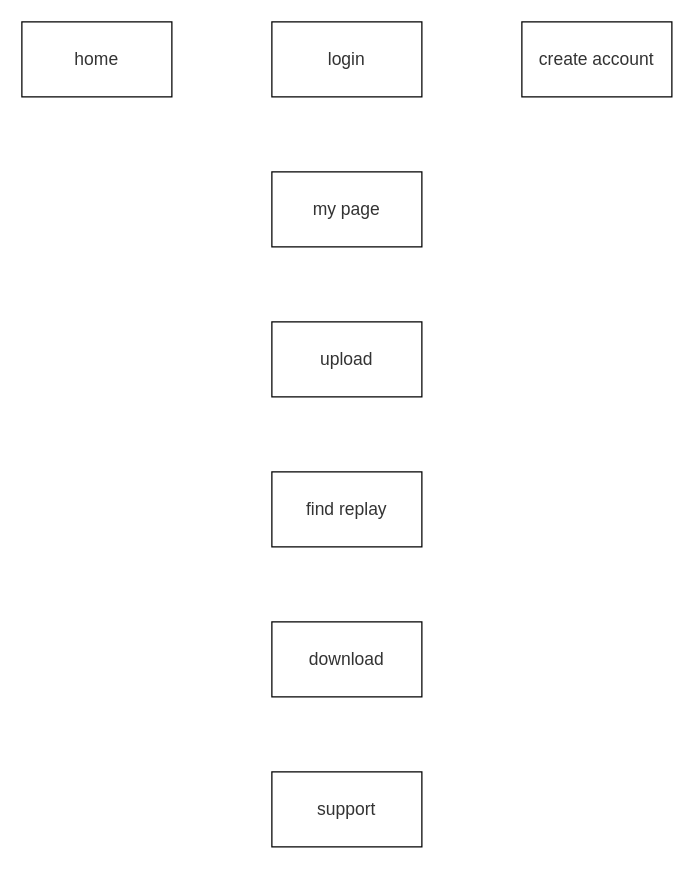
Before: page "Page-3" (3 of 3) of Untitled Diagram.drawio in tforce7171/replay_-to_video, a draw.io diagram. Source tidied: cells renumbered, new cells numbered last; positions are measured from the earlier drawing's top-left corner, leaving out a move shared by most shapes. Both pictures are drawn from the tidied source at 125%, with x=0, y=0 at pixel (21, 21).
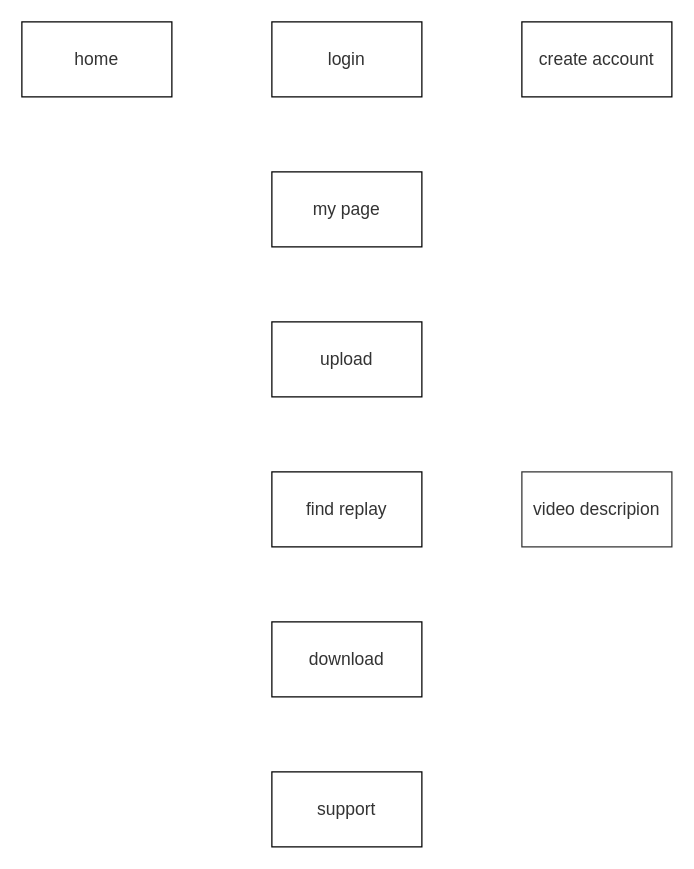
The same page after the edit.

The edit, as a diff of the source:
```diff
@@
 <mxGraphModel>
   <root>
     <mxCell id="0" />
     <mxCell id="1" parent="0" />
     <mxCell id="2" value="home" style="rounded=0;whiteSpace=wrap;html=1;fontSize=14;fillColor=none;align=center;fontColor=#333333;" parent="1" vertex="1">
       <mxGeometry width="120" height="60" as="geometry" />
     </mxCell>
     <mxCell id="3" value="login" style="rounded=0;whiteSpace=wrap;html=1;fontSize=14;fontColor=#333333;fillColor=none;align=center;" parent="1" vertex="1">
       <mxGeometry x="200" width="120" height="60" as="geometry" />
     </mxCell>
     <mxCell id="4" value="create account" style="rounded=0;whiteSpace=wrap;html=1;fontSize=14;fontColor=#333333;fillColor=none;align=center;" parent="1" vertex="1">
       <mxGeometry x="400" width="120" height="60" as="geometry" />
     </mxCell>
     <mxCell id="5" value="upload" style="rounded=0;whiteSpace=wrap;html=1;fontSize=14;fontColor=#333333;fillColor=none;align=center;" parent="1" vertex="1">
       <mxGeometry x="200" y="240" width="120" height="60" as="geometry" />
     </mxCell>
     <mxCell id="6" value="find replay" style="rounded=0;whiteSpace=wrap;html=1;fontSize=14;fontColor=#333333;fillColor=none;align=center;" parent="1" vertex="1">
       <mxGeometry x="200" y="360" width="120" height="60" as="geometry" />
     </mxCell>
     <mxCell id="7" value="download" style="rounded=0;whiteSpace=wrap;html=1;fontSize=14;fontColor=#333333;fillColor=none;align=center;" parent="1" vertex="1">
       <mxGeometry x="200" y="480" width="120" height="60" as="geometry" />
     </mxCell>
     <mxCell id="8" value="support" style="rounded=0;whiteSpace=wrap;html=1;fontSize=14;fontColor=#333333;fillColor=none;align=center;" parent="1" vertex="1">
       <mxGeometry x="200" y="600" width="120" height="60" as="geometry" />
     </mxCell>
     <mxCell id="9" value="my page" style="rounded=0;whiteSpace=wrap;html=1;fontSize=14;fontColor=#333333;fillColor=none;align=center;" parent="1" vertex="1">
       <mxGeometry x="200" y="120" width="120" height="60" as="geometry" />
     </mxCell>
+    <mxCell id="10" value="video descripion" style="rounded=0;whiteSpace=wrap;html=1;fontSize=14;fontColor=#333333;strokeColor=#333333;fillColor=#FFFFFF;align=center;" parent="1" vertex="1">
+      <mxGeometry x="400" y="360" width="120" height="60" as="geometry" />
+    </mxCell>
   </root>
 </mxGraphModel>
```
